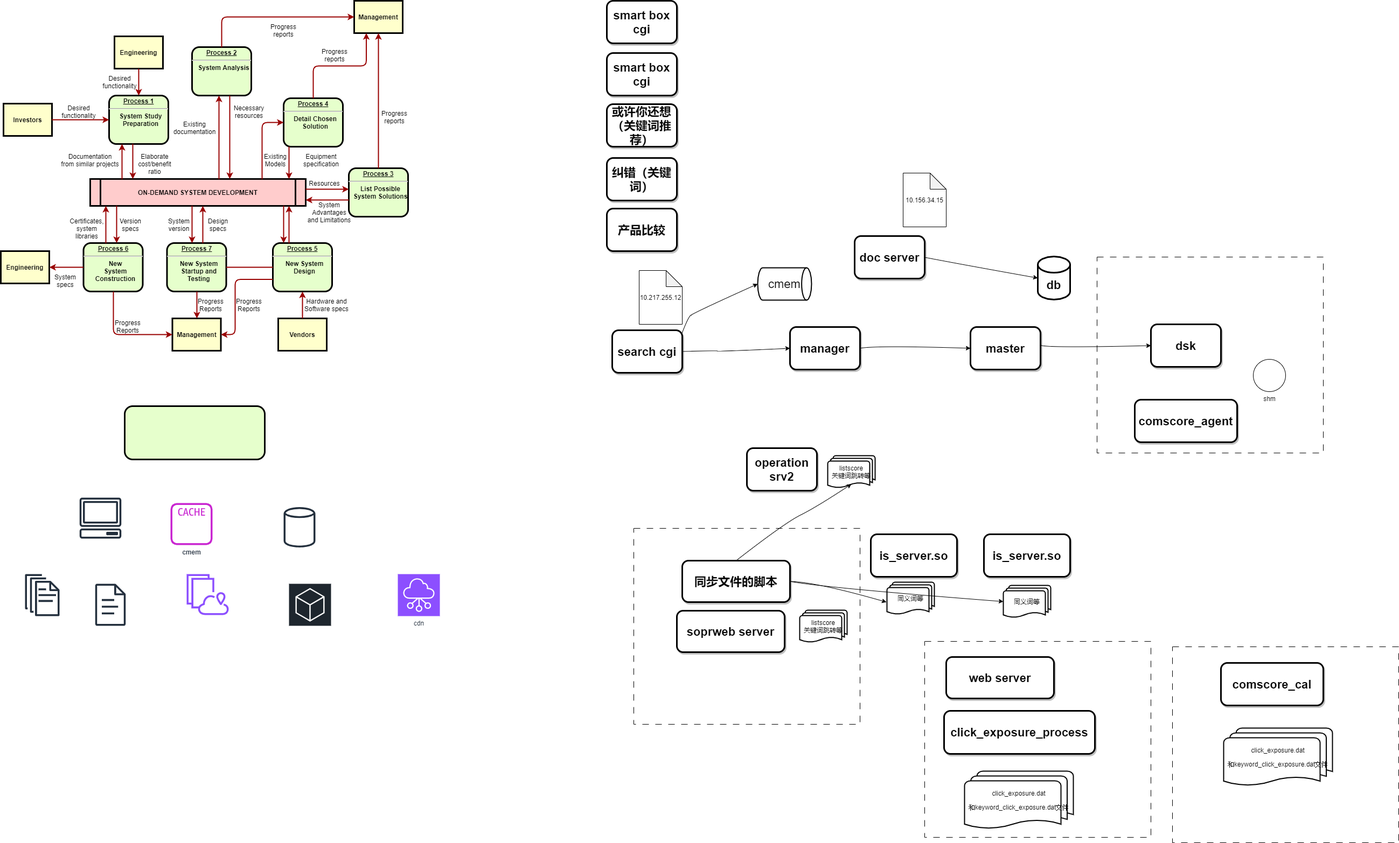
The draw.io diagram yixun.search.drawio.png in msc3000/draw.io.files, before a commit. Source tidied: cells renumbered, new cells last; positions are measured from the earlier drawing's top-left corner, leaving out a move shared by most shapes.
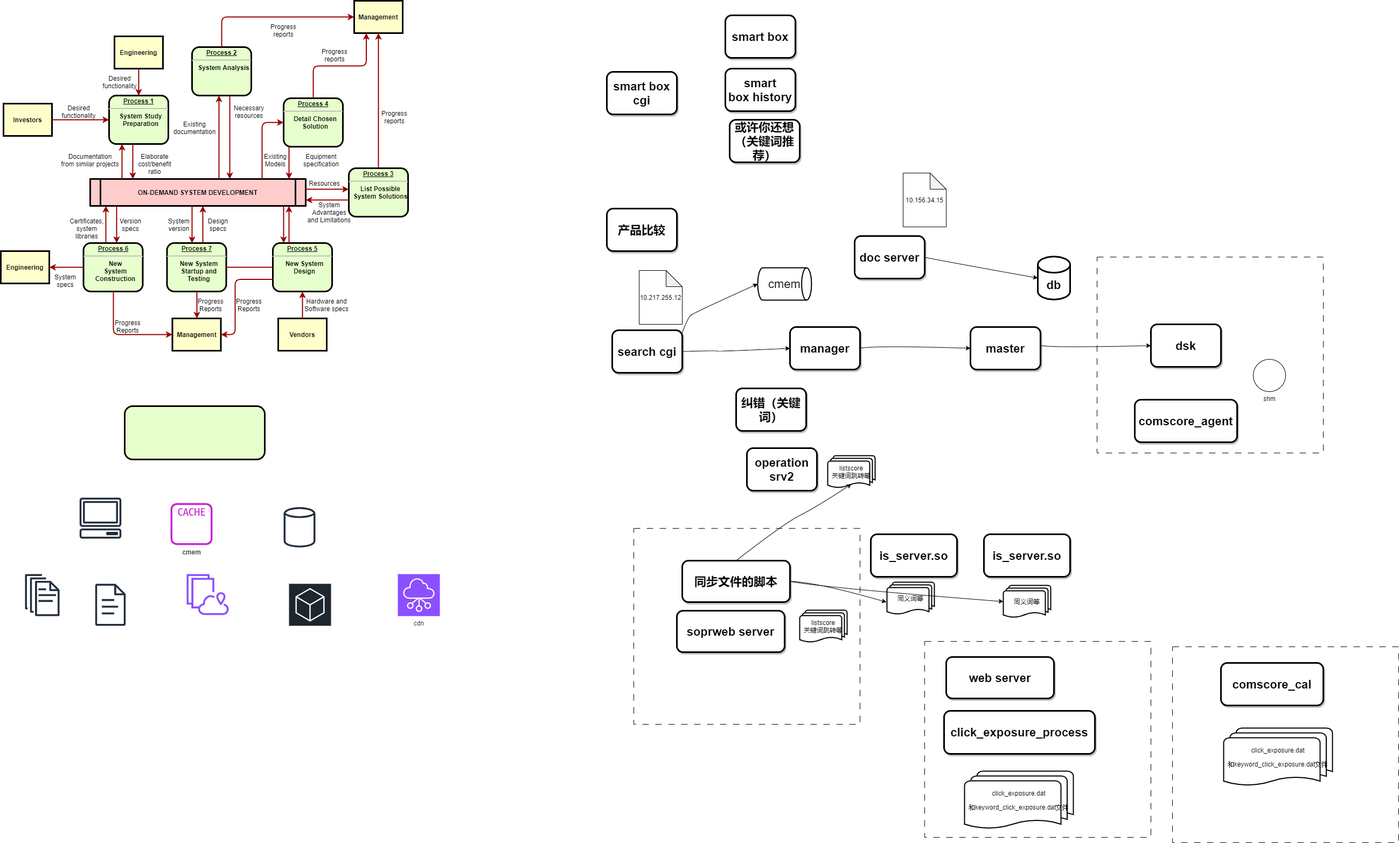
Above is the later version.

Change to the diagram source:
```diff
@@ -427,19 +427,22 @@
       <mxGeometry x="2270" y="1351" width="202" height="108" as="geometry" />
     </mxCell>
     <mxCell id="109" value="&lt;font style=&quot;font-size: 22px;&quot;&gt;smart box cgi&lt;/font&gt;" style="rounded=1;whiteSpace=wrap;html=1;fontStyle=1;strokeWidth=3;shadow=1;overflow=visible;" parent="1" vertex="1">
-      <mxGeometry x="1125" width="130" height="79" as="geometry" />
+      <mxGeometry x="1125" y="132" width="130" height="79" as="geometry" />
     </mxCell>
-    <mxCell id="110" value="&lt;font style=&quot;font-size: 22px;&quot;&gt;smart box cgi&lt;/font&gt;" style="rounded=1;whiteSpace=wrap;html=1;fontStyle=1;strokeWidth=3;shadow=1;overflow=visible;" parent="1" vertex="1">
-      <mxGeometry x="1125" y="97" width="130" height="79" as="geometry" />
+    <mxCell id="110" value="&lt;font style=&quot;font-size: 22px;&quot;&gt;smart box&lt;/font&gt;" style="rounded=1;whiteSpace=wrap;html=1;fontStyle=1;strokeWidth=3;shadow=1;overflow=visible;" parent="1" vertex="1">
+      <mxGeometry x="1345" y="27" width="130" height="79" as="geometry" />
     </mxCell>
     <mxCell id="111" value="&lt;span style=&quot;font-size: 22px;&quot;&gt;或许你还想（关键词推荐）&lt;/span&gt;" style="rounded=1;whiteSpace=wrap;html=1;fontStyle=1;strokeWidth=3;shadow=1;overflow=visible;" parent="1" vertex="1">
-      <mxGeometry x="1125" y="192" width="130" height="79" as="geometry" />
+      <mxGeometry x="1353" y="221" width="130" height="79" as="geometry" />
     </mxCell>
     <mxCell id="112" value="&lt;span style=&quot;font-size: 22px;&quot;&gt;纠错（关键词）&lt;/span&gt;" style="rounded=1;whiteSpace=wrap;html=1;fontStyle=1;strokeWidth=3;shadow=1;overflow=visible;" parent="1" vertex="1">
-      <mxGeometry x="1125" y="292" width="130" height="79" as="geometry" />
+      <mxGeometry x="1365" y="720" width="130" height="79" as="geometry" />
     </mxCell>
     <mxCell id="113" value="&lt;span style=&quot;font-size: 22px;&quot;&gt;产品比较&lt;/span&gt;" style="rounded=1;whiteSpace=wrap;html=1;fontStyle=1;strokeWidth=3;shadow=1;overflow=visible;" parent="1" vertex="1">
       <mxGeometry x="1125" y="386" width="130" height="79" as="geometry" />
     </mxCell>
+    <mxCell id="114" value="&lt;font style=&quot;font-size: 22px;&quot;&gt;smart box&amp;nbsp;history&lt;/font&gt;" style="rounded=1;whiteSpace=wrap;html=1;fontStyle=1;strokeWidth=3;shadow=1;overflow=visible;" parent="1" vertex="1">
+      <mxGeometry x="1345" y="126" width="130" height="79" as="geometry" />
+    </mxCell>
   </root>
 </mxGraphModel>
```
